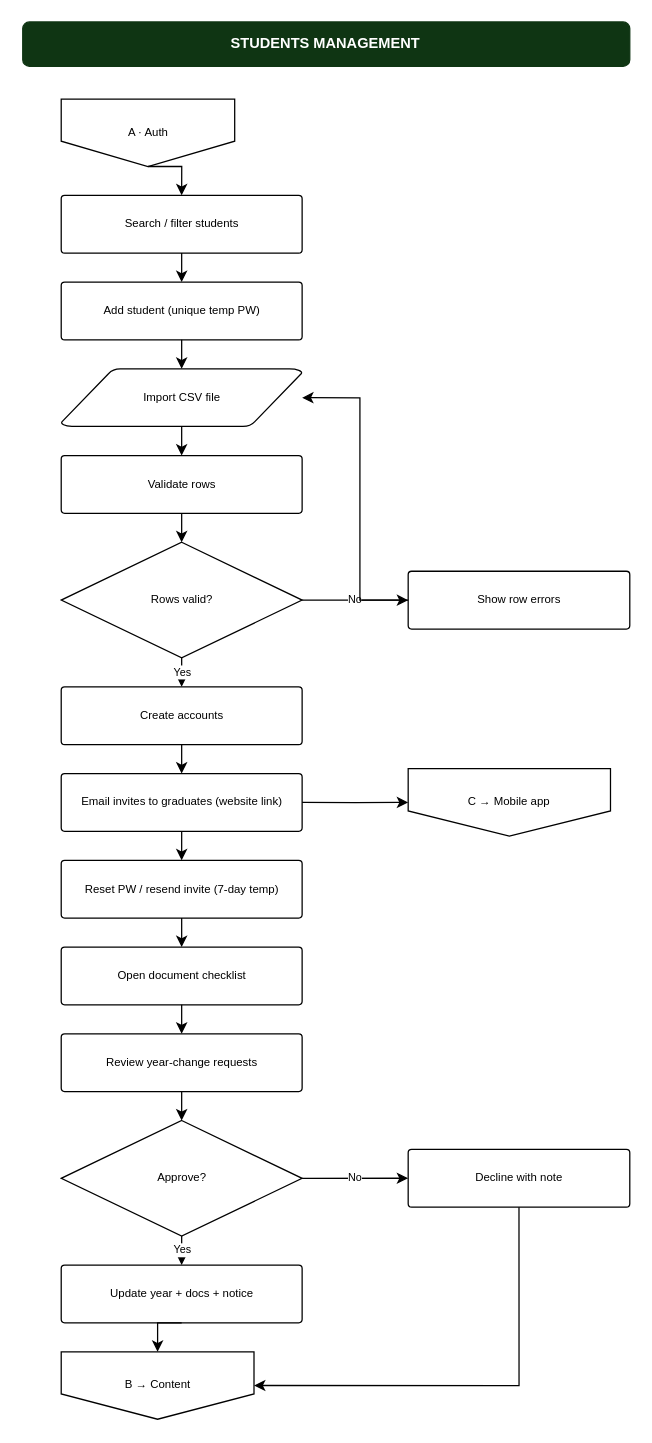
Above: page "Admin — Students" (3 of 7) of docs/reunio-admin-flow.drawio in dibidjims17/Alumni-System (draw.io), before the change. Source tidied: cells renumbered, new cells numbered last; positions are measured from the earlier drawing's top-left corner, leaving out a move shared by most shapes. Both pictures are drawn from the tidied source at 127%, with x=0, y=0 at pixel (22, 22).
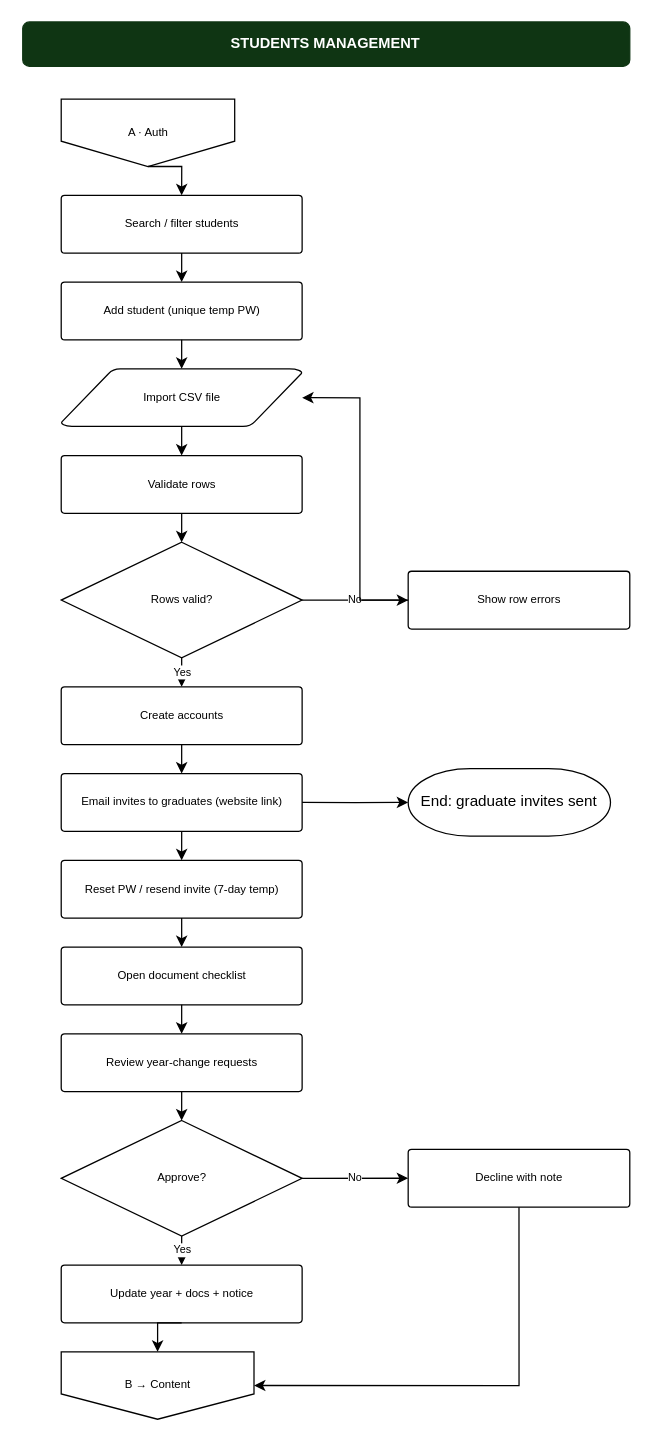
The same diagram, later.

Diff of the diagram source:
```diff
@@
-    <mxCell id="12" value="C → Mobile app" style="shape=offPageConnector;whiteSpace=wrap;html=1;fontSize=9;" parent="1" vertex="1">
+    <mxCell id="12" value="End: graduate invites sent" style="shape=mxgraph.flowchart.terminator;whiteSpace=wrap;html=1;" parent="1" vertex="1">
       <mxGeometry x="303.9" y="587.8" width="159.3" height="53.1" as="geometry" />
     </mxCell>
```
